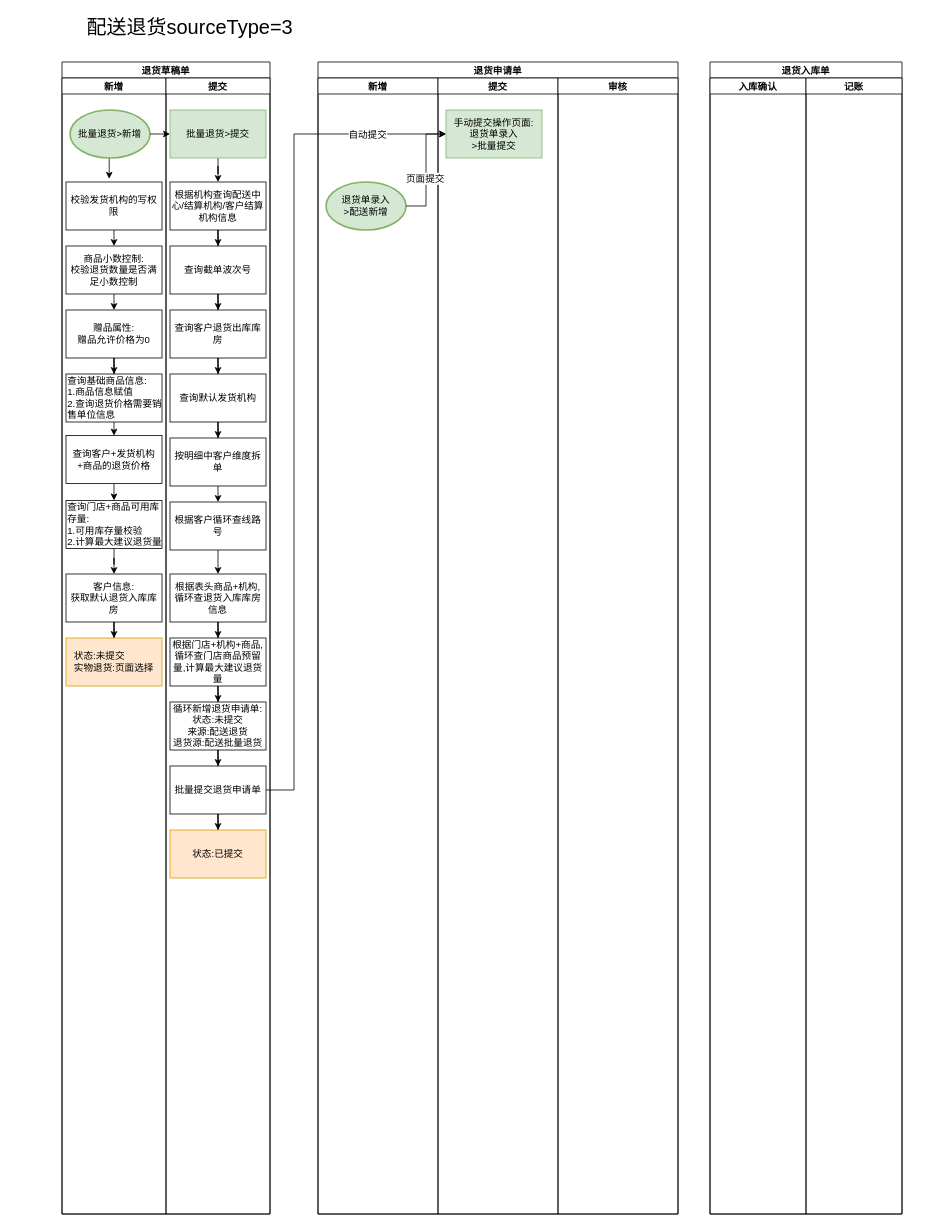
This is 退货业务梳理.drawio from fengj1202/draw, a draw.io file, before an edit. Source tidied: cells renumbered, new cells numbered last; positions are measured from the earlier drawing's top-left corner, leaving out a move shared by most shapes. Both pictures are drawn from the tidied source at 80%, with x=0, y=0 at pixel (54, 14).
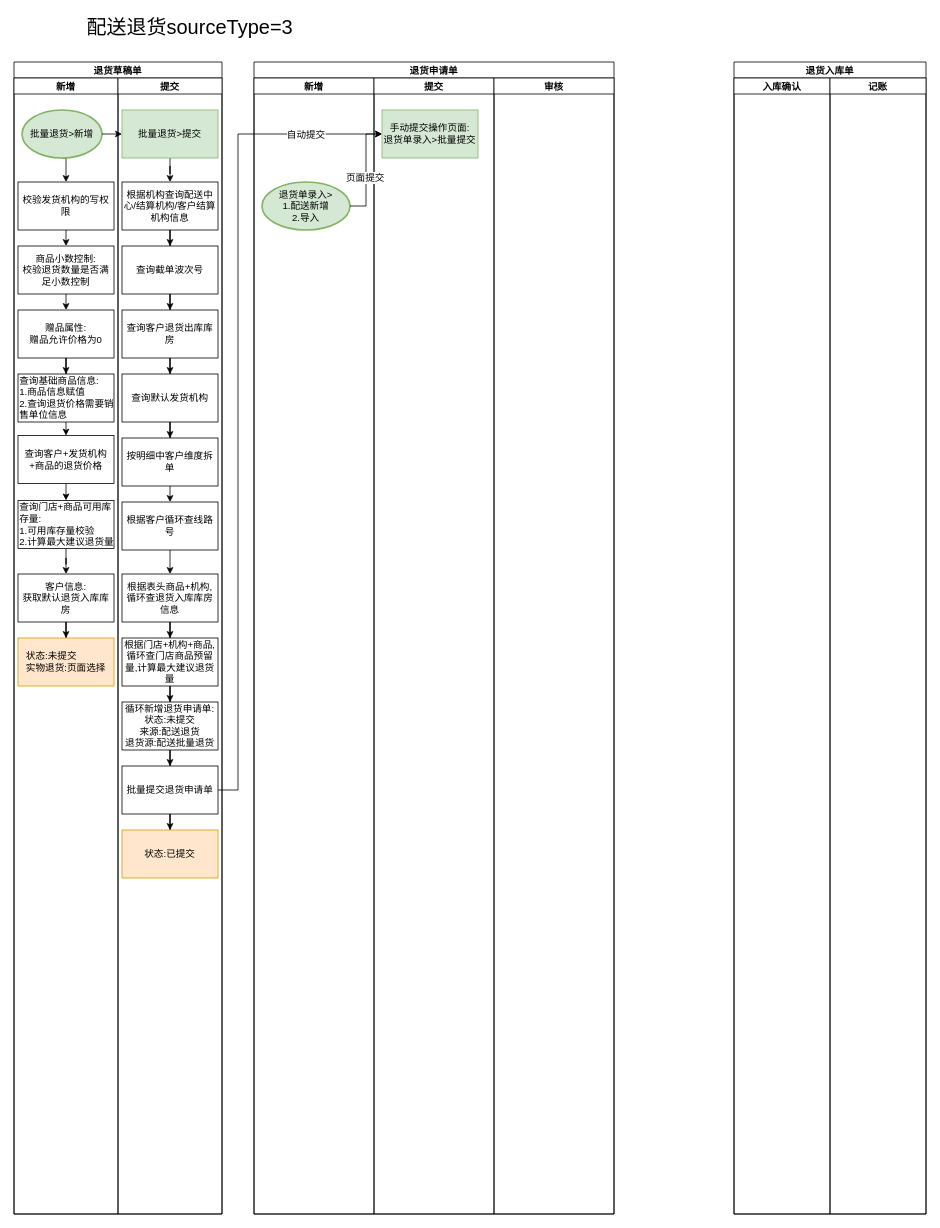
Above is the later version.

Commit message:
Update 退货业务梳理.drawio

Unchanged cells that the change refers to:
```xml
<mxCell id="3" value="新增" style="swimlane;startSize=20;rounded=0;" parent="2" vertex="1">
  <mxGeometry y="20" width="150" height="1420" as="geometry" />
</mxCell>
<mxCell id="5" value="提交" style="swimlane;startSize=20;rounded=0;" parent="2" vertex="1">
  <mxGeometry x="150" y="20" width="150" height="1420" as="geometry" />
</mxCell>
<mxCell id="14" value="新增" style="swimlane;startSize=20;rounded=0;" parent="13" vertex="1">
  <mxGeometry y="20" width="130" height="1420" as="geometry" />
</mxCell>
<mxCell id="16" value="批量退货&amp;gt;新增" style="strokeWidth=2;html=1;shape=mxgraph.flowchart.start_1;whiteSpace=wrap;fillColor=#d5e8d4;strokeColor=#82b366;rounded=0;" parent="14" vertex="1">
  <mxGeometry x="10" y="40" width="100" height="60" as="geometry" />
</mxCell>
<mxCell id="18" value="校验发货机构的写权限" style="rounded=0;whiteSpace=wrap;html=1;fontSize=12;align=center;" parent="14" vertex="1">
  <mxGeometry x="5" y="130" width="120" height="60" as="geometry" />
</mxCell>
<mxCell id="55" value="批量提交退货申请单" style="whiteSpace=wrap;html=1;rounded=0;" parent="33" vertex="1">
  <mxGeometry x="5" y="860" width="120" height="60" as="geometry" />
</mxCell>
```

The edit, as a diff of the source:
```diff
@@
     <mxCell id="2" value="退货申请单" style="swimlane;startSize=20;rounded=0;" parent="1" vertex="1">
-      <mxGeometry x="330" y="60" width="450" height="1440" as="geometry" />
+      <mxGeometry x="250" y="60" width="450" height="1440" as="geometry" />
     </mxCell>
@@
-    <mxCell id="4" value="退货单录入&lt;br&gt;&amp;gt;配送新增" style="strokeWidth=2;html=1;shape=mxgraph.flowchart.start_1;whiteSpace=wrap;fontFamily=Helvetica;fontSize=12;fillColor=#d5e8d4;strokeColor=#82b366;" parent="3" vertex="1">
-      <mxGeometry x="10" y="130" width="100" height="60" as="geometry" />
+    <mxCell id="4" value="退货单录入&amp;gt;&lt;br&gt;1.配送新增&lt;br&gt;2.导入" style="strokeWidth=2;html=1;shape=mxgraph.flowchart.start_1;whiteSpace=wrap;fontFamily=Helvetica;fontSize=12;fillColor=#d5e8d4;strokeColor=#82b366;align=center;" parent="3" vertex="1">
+      <mxGeometry x="10" y="130" width="110" height="60" as="geometry" />
     </mxCell>
@@
-    <mxCell id="6" value="手动提交操作页面:&lt;br&gt;退货单录入&lt;br&gt;&amp;gt;批量提交" style="rounded=0;whiteSpace=wrap;html=1;fontFamily=Helvetica;fontSize=12;fillColor=#d5e8d4;strokeColor=#82b366;" parent="5" vertex="1">
+    <mxCell id="6" value="手动提交操作页面:&lt;br&gt;退货单录入&amp;gt;批量提交" style="rounded=0;whiteSpace=wrap;html=1;fontFamily=Helvetica;fontSize=12;fillColor=#d5e8d4;strokeColor=#82b366;" parent="5" vertex="1">
       <mxGeometry x="10" y="40" width="120" height="60" as="geometry" />
     </mxCell>
@@
     <mxCell id="10" value="退货入库单" style="swimlane;startSize=20;rounded=0;" parent="1" vertex="1">
-      <mxGeometry x="820" y="60" width="240" height="1440" as="geometry" />
+      <mxGeometry x="850" y="60" width="240" height="1440" as="geometry" />
     </mxCell>
@@
     <mxCell id="13" value="退货草稿单" style="swimlane;startSize=20;rounded=0;" parent="1" vertex="1">
-      <mxGeometry x="10" y="60" width="260" height="1440" as="geometry" />
+      <mxGeometry x="-50" y="60" width="260" height="1440" as="geometry" />
     </mxCell>
@@
-    <mxCell id="15" style="edgeStyle=orthogonalEdgeStyle;rounded=0;jettySize=auto;html=1;exitX=0.5;exitY=1;exitDx=0;exitDy=0;exitPerimeter=0;entryX=0.45;entryY=-0.067;entryDx=0;entryDy=0;entryPerimeter=0;fontSize=12;" parent="14" edge="1" source="16" target="18">
+    <mxCell id="15" style="edgeStyle=orthogonalEdgeStyle;rounded=0;jettySize=auto;html=1;exitX=0.5;exitY=1;exitDx=0;exitDy=0;exitPerimeter=0;entryX=0.5;entryY=0;entryDx=0;entryDy=0;" parent="14" edge="1" source="16" target="18">
       <mxGeometry relative="1" as="geometry" />
     </mxCell>
@@
-    <mxCell id="58" style="edgeStyle=orthogonalEdgeStyle;shape=connector;rounded=0;jettySize=auto;html=1;exitX=1;exitY=0.5;exitDx=0;exitDy=0;entryX=0;entryY=0.5;entryDx=0;entryDy=0;labelBackgroundColor=default;fontFamily=Helvetica;fontSize=12;fontColor=default;endArrow=classic;strokeColor=default;" parent="1" edge="1" source="55" target="6">
+    <mxCell id="58" style="edgeStyle=orthogonalEdgeStyle;shape=connector;rounded=0;jettySize=auto;html=1;exitX=1;exitY=0.5;exitDx=0;exitDy=0;entryX=0;entryY=0.5;entryDx=0;entryDy=0;labelBackgroundColor=default;fontFamily=Helvetica;fontSize=12;fontColor=default;endArrow=classic;" parent="1" edge="1" source="55" target="6">
       <mxGeometry relative="1" as="geometry">
         <Array as="points">
-          <mxPoint x="300" y="970" />
-          <mxPoint x="300" y="150" />
+          <mxPoint x="230" y="970" />
+          <mxPoint x="230" y="150" />
         </Array>
       </mxGeometry>
     </mxCell>
```
